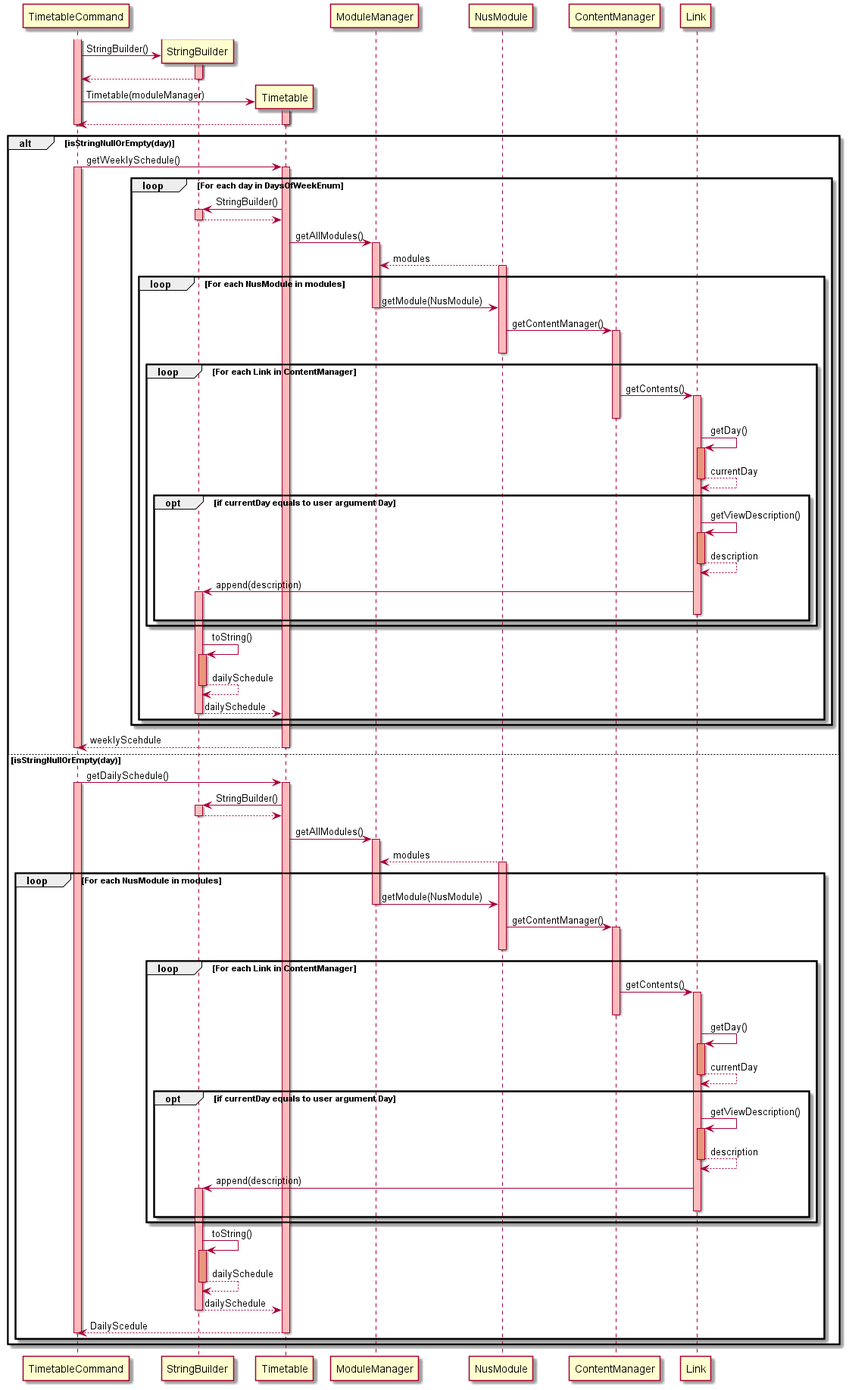
Before: docs/attachments/Timetable.png, a diagram exported from PlantUML (nus-cs2113-AY2122S1/tp).
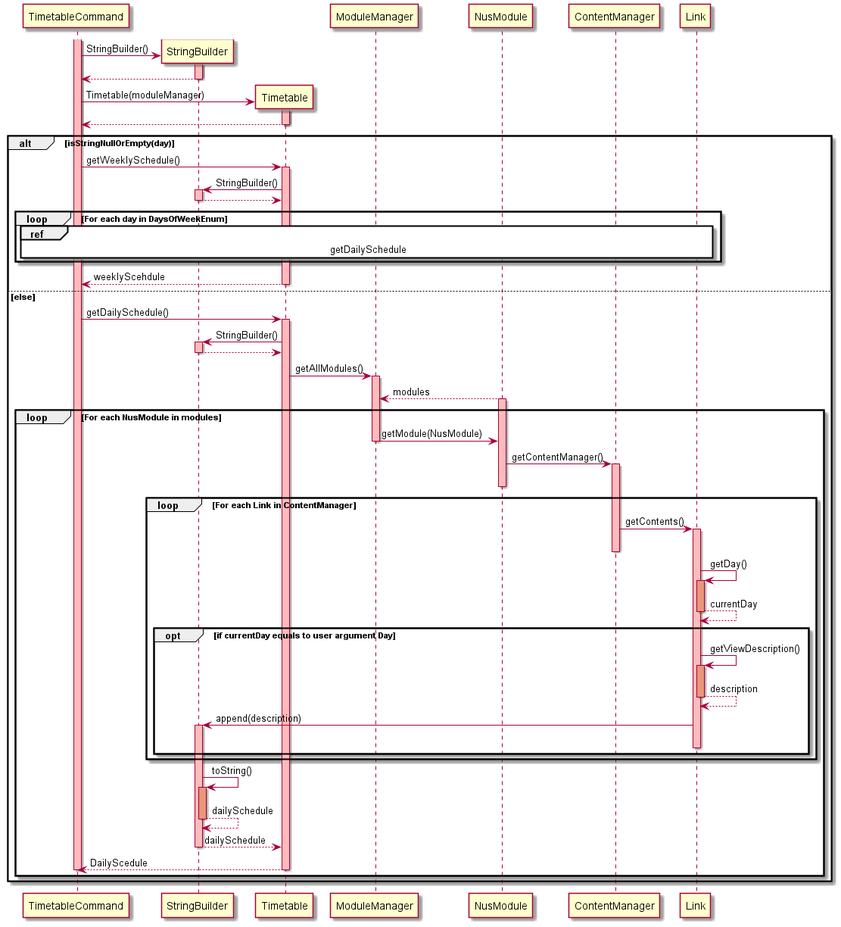
After the commit.

Commit message:
Use reference frames

The edit, as a diff of the source:
```diff
@@ -11,79 +11,26 @@
 Activate Timetable #FFBBBB
 Timetable --> TimetableCommand
 Deactivate Timetable
-Deactivate TimetableCommand
 
 
 alt isStringNullOrEmpty(day)
 TimetableCommand -> Timetable: getWeeklySchedule()
-Activate TimetableCommand #FFBBBB
 Activate Timetable #FFBBBB
-
-loop For each day in DaysOfWeekEnum
 
 Timetable -> StringBuilder: StringBuilder()
 Activate StringBuilder #FFBBBB
 StringBuilder --> Timetable
 Deactivate StringBuilder
 
-Timetable -> ModuleManager: getAllModules()
-Activate ModuleManager #FFBBBB
-NusModule --> ModuleManager: modules
-Activate NusModule #FFBBBB
-
-loop For each NusModule in modules
-    ModuleManager -> NusModule: getModule(NusModule)
+loop For each day in DaysOfWeekEnum
+ref over TimetableCommand, StringBuilder, Timetable, ModuleManager, NusModule, ContentManager, Link: getDailySchedule
+end
+Timetable --> TimetableCommand: weeklyScehdule
+Deactivate Timetable
 
 
-    Deactivate ModuleManager
-
-    NusModule -> ContentManager : getContentManager()
-
-    Activate ContentManager #FFBBBB
-    Deactivate NusModule
-
-        loop For each Link in ContentManager
-
-            ContentManager -> Link: getContents()
-            Activate Link #FFBBBB
-            Deactivate ContentManager
-
-            Link->Link: getDay()
-            Activate Link #DarkSalmon
-            Link --> Link: currentDay
-
-            opt if currentDay equals to user argument Day
-            Deactivate Link
-
-            Link -> Link: getViewDescription()
-            Activate Link #DarkSalmon
-
-            Link --> Link: description
-            Deactivate Link
-            Link -> StringBuilder: append(description)
-            Activate StringBuilder #FFBBBB
-            Deactivate Link
-        end
-
-end
-StringBuilder -> StringBuilder: toString()
-Activate StringBuilder #DarkSalmon
-StringBuilder --> StringBuilder: dailySchedule
-Deactivate StringBuilder
-StringBuilder --> Timetable: dailySchedule
-Deactivate StringBuilder
-end
-end
-
-
-Timetable --> TimetableCommand: weeklyScehdule
-Deactivate Timetable
-Deactivate TimetableCommand
-
-
-else isStringNullOrEmpty(day)
+else else
 TimetableCommand -> Timetable: getDailySchedule()
-Activate TimetableCommand #FFBBBB
 Activate Timetable #FFBBBB
 
 Timetable -> StringBuilder: StringBuilder()
```
